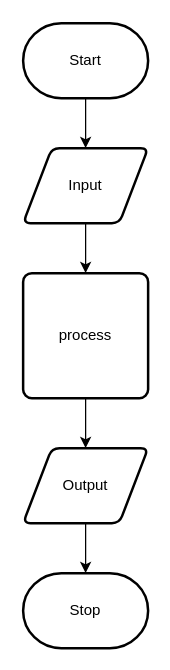
Above: design/flow-chart.drawio in ashley-monaghan/ICS2OR-Unit-6-04 (draw.io), before the change. Source tidied: cells renumbered, new cells numbered last; positions are measured from the earlier drawing's top-left corner, leaving out a move shared by most shapes. Both pictures are drawn from the tidied source at 125%, with x=0, y=0 at pixel (22, 22).
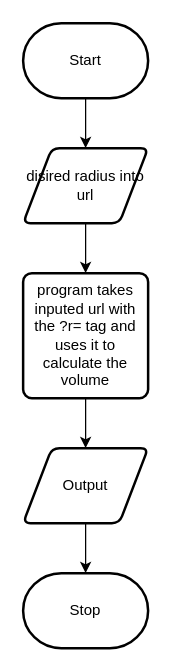
After the change.

Diff of the diagram source:
```diff
@@
 <mxGraphModel>
   <root>
     <mxCell id="0" />
     <mxCell id="1" parent="0" />
     <mxCell id="2" style="edgeStyle=none;html=1;" parent="1" edge="1" source="3" target="5">
       <mxGeometry relative="1" as="geometry" />
     </mxCell>
     <mxCell id="3" value="Start" style="strokeWidth=2;html=1;shape=mxgraph.flowchart.terminator;whiteSpace=wrap;" parent="1" vertex="1">
       <mxGeometry width="100" height="60" as="geometry" />
     </mxCell>
     <mxCell id="4" style="edgeStyle=none;html=1;" parent="1" edge="1" source="5" target="7">
       <mxGeometry relative="1" as="geometry" />
     </mxCell>
-    <mxCell id="5" value="Input" style="shape=parallelogram;html=1;strokeWidth=2;perimeter=parallelogramPerimeter;whiteSpace=wrap;rounded=1;arcSize=12;size=0.23;" parent="1" vertex="1">
+    <mxCell id="5" value="disired radius into url" style="shape=parallelogram;html=1;strokeWidth=2;perimeter=parallelogramPerimeter;whiteSpace=wrap;rounded=1;arcSize=12;size=0.23;" parent="1" vertex="1">
       <mxGeometry y="100" width="100" height="60" as="geometry" />
     </mxCell>
     <mxCell id="6" style="edgeStyle=none;html=1;" parent="1" edge="1" source="7" target="9">
       <mxGeometry relative="1" as="geometry" />
     </mxCell>
-    <mxCell id="7" value="process" style="rounded=1;whiteSpace=wrap;html=1;absoluteArcSize=1;arcSize=14;strokeWidth=2;" parent="1" vertex="1">
+    <mxCell id="7" value="program takes inputed url with the ?r= tag and uses it to calculate the volume" style="rounded=1;whiteSpace=wrap;html=1;absoluteArcSize=1;arcSize=14;strokeWidth=2;" parent="1" vertex="1">
       <mxGeometry y="200" width="100" height="100" as="geometry" />
     </mxCell>
     <mxCell id="8" style="edgeStyle=none;html=1;" parent="1" edge="1" source="9" target="10">
       <mxGeometry relative="1" as="geometry" />
     </mxCell>
     <mxCell id="9" value="Output" style="shape=parallelogram;html=1;strokeWidth=2;perimeter=parallelogramPerimeter;whiteSpace=wrap;rounded=1;arcSize=12;size=0.23;" parent="1" vertex="1">
       <mxGeometry y="340" width="100" height="60" as="geometry" />
     </mxCell>
     <mxCell id="10" value="Stop" style="strokeWidth=2;html=1;shape=mxgraph.flowchart.terminator;whiteSpace=wrap;" parent="1" vertex="1">
       <mxGeometry y="440" width="100" height="60" as="geometry" />
     </mxCell>
   </root>
 </mxGraphModel>
```
